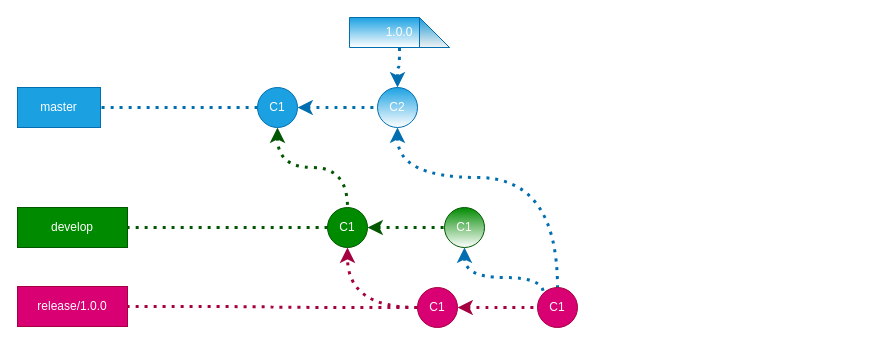
Before: Untitled Diagram.drawio in salmen/gitflowdiagram, a draw.io diagram. Source tidied: cells renumbered, new cells numbered last; positions are measured from the earlier drawing's top-left corner, leaving out a move shared by most shapes. Both pictures are drawn from the tidied source at 100%, with x=0, y=0 at pixel (17, 17).
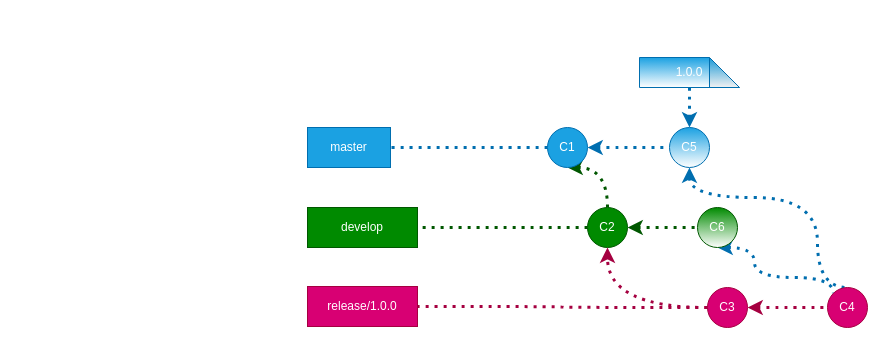
The same page after the edit.

The edit, as a diff of the source:
```diff
@@
     <mxCell id="4" style="edgeStyle=orthogonalEdgeStyle;rounded=0;jettySize=auto;html=1;dashed=1;dashPattern=1 2;startArrow=classic;startFill=1;endArrow=none;endFill=0;strokeColor=#005700;strokeWidth=3;curved=1;fillColor=#008a00;" parent="1" edge="1" source="5" target="11">
       <mxGeometry relative="1" as="geometry">
         <Array as="points">
-          <mxPoint x="260" y="150" />
-          <mxPoint x="330" y="150" />
+          <mxPoint x="550" y="150" />
+          <mxPoint x="620" y="150" />
         </Array>
       </mxGeometry>
     </mxCell>
     <mxCell id="5" value="C1" style="ellipse;whiteSpace=wrap;html=1;fillColor=#1ba1e2;strokeColor=#006EAF;fontColor=#ffffff;" parent="1" vertex="1">
-      <mxGeometry x="240" y="70" width="40" height="40" as="geometry" />
+      <mxGeometry x="530" y="110" width="40" height="40" as="geometry" />
     </mxCell>
     <mxCell id="6" style="edgeStyle=orthogonalEdgeStyle;rounded=0;jettySize=auto;html=1;exitX=0.5;exitY=1;exitDx=0;exitDy=0;entryX=0.5;entryY=0;entryDx=0;entryDy=0;dashed=1;dashPattern=1 2;startArrow=classic;startFill=1;endArrow=none;endFill=0;strokeColor=#006EAF;strokeWidth=3;curved=1;" parent="1" edge="1" source="8" target="21">
       <mxGeometry relative="1" as="geometry">
         <Array as="points">
-          <mxPoint x="380" y="160" />
-          <mxPoint x="540" y="160" />
+          <mxPoint x="672" y="180" />
+          <mxPoint x="800" y="180" />
+          <mxPoint x="800" y="270" />
         </Array>
       </mxGeometry>
     </mxCell>
@@
-    <mxCell id="8" value="C2" style="ellipse;whiteSpace=wrap;html=1;fillColor=#1ba1e2;strokeColor=#006EAF;fontColor=#ffffff;gradientColor=#ffffff;" parent="1" vertex="1">
-      <mxGeometry x="360" y="70" width="40" height="40" as="geometry" />
+    <mxCell id="8" value="C5" style="ellipse;whiteSpace=wrap;html=1;fillColor=#1ba1e2;strokeColor=#006EAF;fontColor=#ffffff;gradientColor=#ffffff;" parent="1" vertex="1">
+      <mxGeometry x="652" y="110" width="40" height="40" as="geometry" />
     </mxCell>
@@
-    <mxCell id="11" value="C1" style="ellipse;whiteSpace=wrap;html=1;fillColor=#008a00;strokeColor=#005700;fontColor=#ffffff;" parent="1" vertex="1">
-      <mxGeometry x="310" y="190" width="40" height="40" as="geometry" />
+    <mxCell id="11" value="C2" style="ellipse;whiteSpace=wrap;html=1;fillColor=#008a00;strokeColor=#005700;fontColor=#ffffff;" parent="1" vertex="1">
+      <mxGeometry x="570" y="190" width="40" height="40" as="geometry" />
     </mxCell>
     <mxCell id="12" style="edgeStyle=orthogonalEdgeStyle;rounded=0;jettySize=auto;html=1;exitX=0.5;exitY=1;exitDx=0;exitDy=0;entryX=0;entryY=0;entryDx=0;entryDy=0;dashed=1;dashPattern=1 2;startArrow=classic;startFill=1;endArrow=none;endFill=0;strokeColor=#006EAF;strokeWidth=3;curved=1;" parent="1" edge="1" source="13" target="21">
       <mxGeometry relative="1" as="geometry">
         <Array as="points">
-          <mxPoint x="447" y="260" />
-          <mxPoint x="526" y="260" />
+          <mxPoint x="737" y="260" />
+          <mxPoint x="816" y="260" />
         </Array>
       </mxGeometry>
     </mxCell>
-    <mxCell id="13" value="C1" style="ellipse;whiteSpace=wrap;html=1;fillColor=#008a00;strokeColor=#005700;fontColor=#ffffff;gradientColor=#ffffff;" parent="1" vertex="1">
-      <mxGeometry x="427" y="190" width="40" height="40" as="geometry" />
+    <mxCell id="13" value="C6" style="ellipse;whiteSpace=wrap;html=1;fillColor=#008a00;strokeColor=#005700;fontColor=#ffffff;gradientColor=#ffffff;" parent="1" vertex="1">
+      <mxGeometry x="680" y="190" width="40" height="40" as="geometry" />
     </mxCell>
     <mxCell id="14" value="master" style="whiteSpace=wrap;html=1;fontColor=#ffffff;strokeColor=#006EAF;fillColor=#1ba1e2;" parent="1" vertex="1">
-      <mxGeometry y="70" width="83" height="40" as="geometry" />
+      <mxGeometry x="290" y="110" width="83" height="40" as="geometry" />
     </mxCell>
     <mxCell id="15" value="develop" style="whiteSpace=wrap;html=1;fontColor=#ffffff;strokeColor=#005700;fillColor=#008a00;" parent="1" vertex="1">
-      <mxGeometry y="190" width="110" height="40" as="geometry" />
+      <mxGeometry x="290" y="190" width="110" height="40" as="geometry" />
     </mxCell>
@@
-    <mxCell id="19" value="C1" style="ellipse;whiteSpace=wrap;html=1;fillColor=#d80073;strokeColor=#A50040;fontColor=#ffffff;" parent="1" vertex="1">
-      <mxGeometry x="400" y="270" width="40" height="40" as="geometry" />
+    <mxCell id="19" value="C3" style="ellipse;whiteSpace=wrap;html=1;fillColor=#d80073;strokeColor=#A50040;fontColor=#ffffff;" parent="1" vertex="1">
+      <mxGeometry x="690" y="270" width="40" height="40" as="geometry" />
     </mxCell>
     <mxCell id="20" value="release/1.0.0" style="whiteSpace=wrap;html=1;fontColor=#ffffff;strokeColor=#A50040;fillColor=#d80073;" parent="1" vertex="1">
-      <mxGeometry y="269" width="110" height="40" as="geometry" />
+      <mxGeometry x="290" y="269" width="110" height="40" as="geometry" />
     </mxCell>
-    <mxCell id="21" value="C1" style="ellipse;whiteSpace=wrap;html=1;fillColor=#d80073;strokeColor=#A50040;fontColor=#ffffff;" parent="1" vertex="1">
-      <mxGeometry x="520" y="270" width="40" height="40" as="geometry" />
+    <mxCell id="21" value="C4" style="ellipse;whiteSpace=wrap;html=1;fillColor=#d80073;strokeColor=#A50040;fontColor=#ffffff;" parent="1" vertex="1">
+      <mxGeometry x="810" y="270" width="40" height="40" as="geometry" />
     </mxCell>
     <mxCell id="22" value="1.0.0" style="shape=note;whiteSpace=wrap;html=1;backgroundOutline=1;darkOpacity=0.05;fontColor=#ffffff;strokeColor=#006EAF;fillColor=#1ba1e2;gradientColor=#ffffff;" parent="1" vertex="1">
-      <mxGeometry x="332" width="100" height="30" as="geometry" />
+      <mxGeometry x="622" y="40" width="100" height="30" as="geometry" />
     </mxCell>
```
